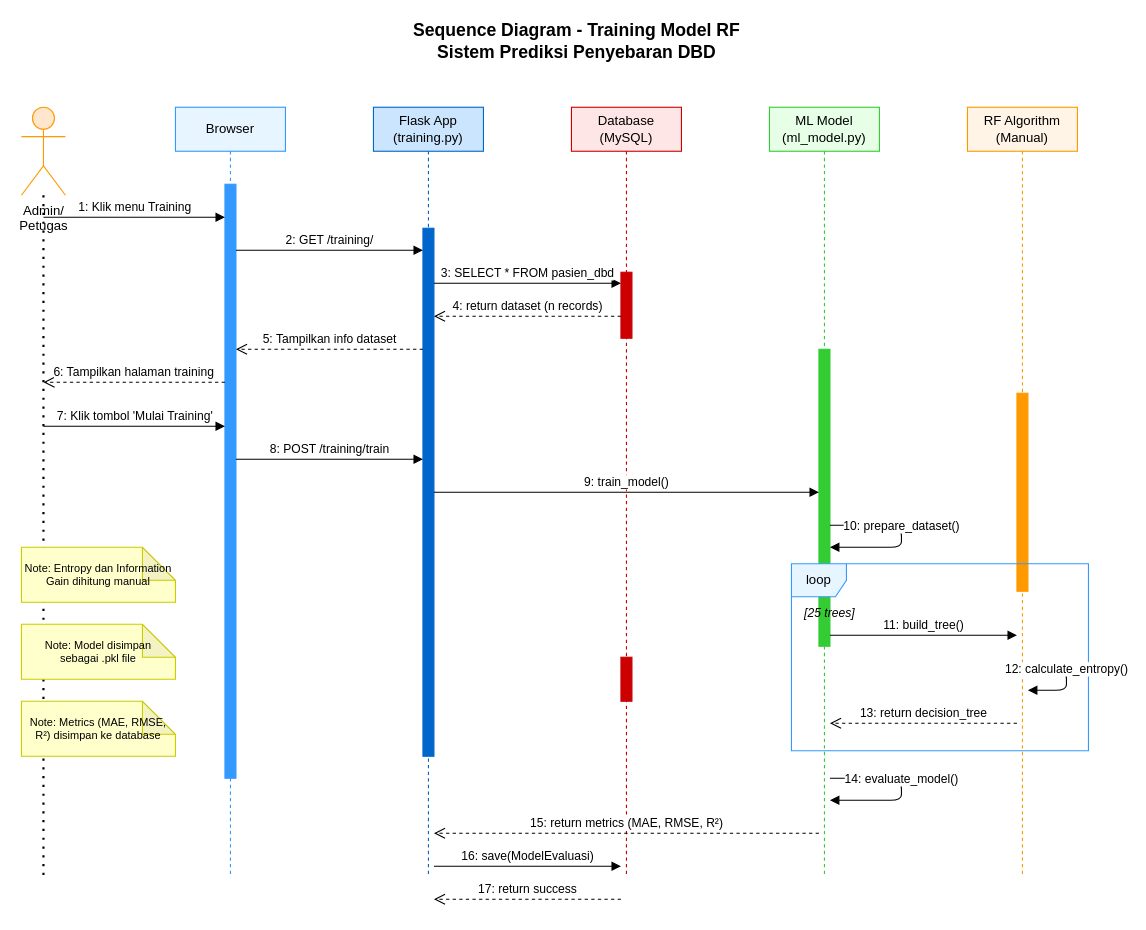
Before: Dokumen/UML/sequence_diagram_training.drawio in Suwardi87/prediksi-DBD, a draw.io diagram. Source tidied: cells renumbered, new cells numbered last; positions are measured from the earlier drawing's top-left corner, leaving out a move shared by most shapes. Both pictures are drawn from the tidied source at 110%, with x=0, y=0 at pixel (21, 19).
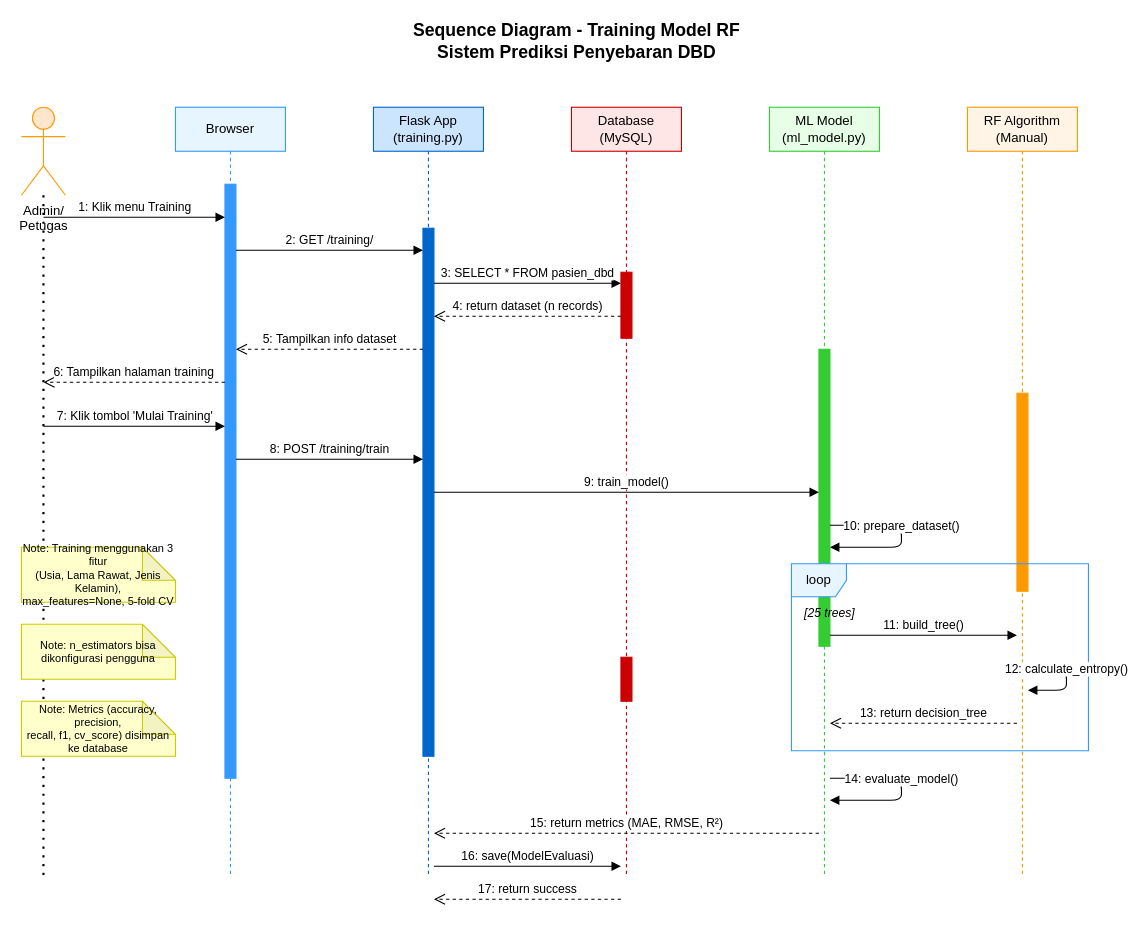
Above is the later version.

Diff of the diagram source:
```diff
@@
-    <mxCell id="35" value="Note: Entropy dan Information&#10;Gain dihitung manual" style="shape=note;whiteSpace=wrap;html=1;backgroundOutline=1;darkOpacity=0.05;fillColor=#FFFFCC;strokeColor=#CCCC00;fontSize=10;" parent="1" vertex="1">
+    <mxCell id="35" value="Note: Training menggunakan 3 fitur&#10;(Usia, Lama Rawat, Jenis Kelamin),&#10;max_features=None, 5-fold CV" style="shape=note;whiteSpace=wrap;html=1;backgroundOutline=1;darkOpacity=0.05;fillColor=#FFFFCC;strokeColor=#CCCC00;fontSize=10;" parent="1" vertex="1">
       <mxGeometry y="480" width="140" height="50" as="geometry" />
     </mxCell>
-    <mxCell id="36" value="Note: Model disimpan&#10;sebagai .pkl file" style="shape=note;whiteSpace=wrap;html=1;backgroundOutline=1;darkOpacity=0.05;fillColor=#FFFFCC;strokeColor=#CCCC00;fontSize=10;" parent="1" vertex="1">
+    <mxCell id="36" value="Note: n_estimators bisa&#10;dikonfigurasi pengguna" style="shape=note;whiteSpace=wrap;html=1;backgroundOutline=1;darkOpacity=0.05;fillColor=#FFFFCC;strokeColor=#CCCC00;fontSize=10;" parent="1" vertex="1">
       <mxGeometry y="550" width="140" height="50" as="geometry" />
     </mxCell>
-    <mxCell id="37" value="Note: Metrics (MAE, RMSE,&#10;R²) disimpan ke database" style="shape=note;whiteSpace=wrap;html=1;backgroundOutline=1;darkOpacity=0.05;fillColor=#FFFFCC;strokeColor=#CCCC00;fontSize=10;" parent="1" vertex="1">
+    <mxCell id="37" value="Note: Metrics (accuracy, precision,&#10;recall, f1, cv_score) disimpan&#10;ke database" style="shape=note;whiteSpace=wrap;html=1;backgroundOutline=1;darkOpacity=0.05;fillColor=#FFFFCC;strokeColor=#CCCC00;fontSize=10;" parent="1" vertex="1">
       <mxGeometry y="620" width="140" height="50" as="geometry" />
     </mxCell>
```
